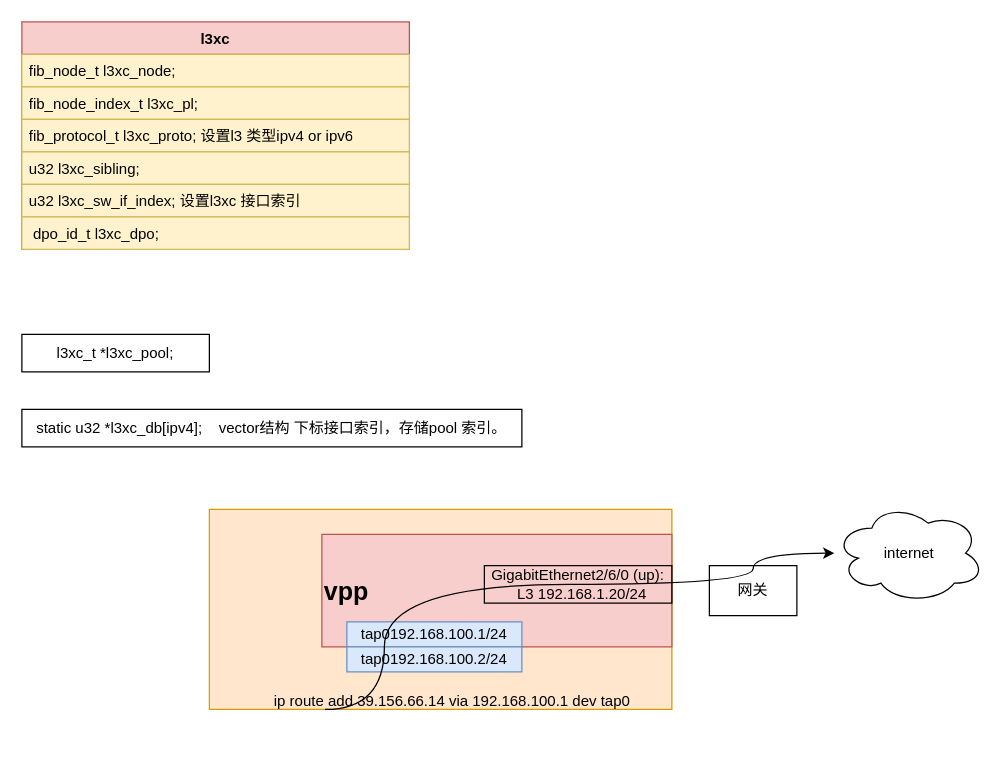
Earlier version of the draw.io diagram new_map/l3xc.drawio (jin13417/dpdk-vpp-learning). Source tidied: cells renumbered, new cells numbered last; positions are measured from the earlier drawing's top-left corner, leaving out a move shared by most shapes. Both pictures are drawn from the tidied source at 125%, with x=0, y=0 at pixel (21, 21).
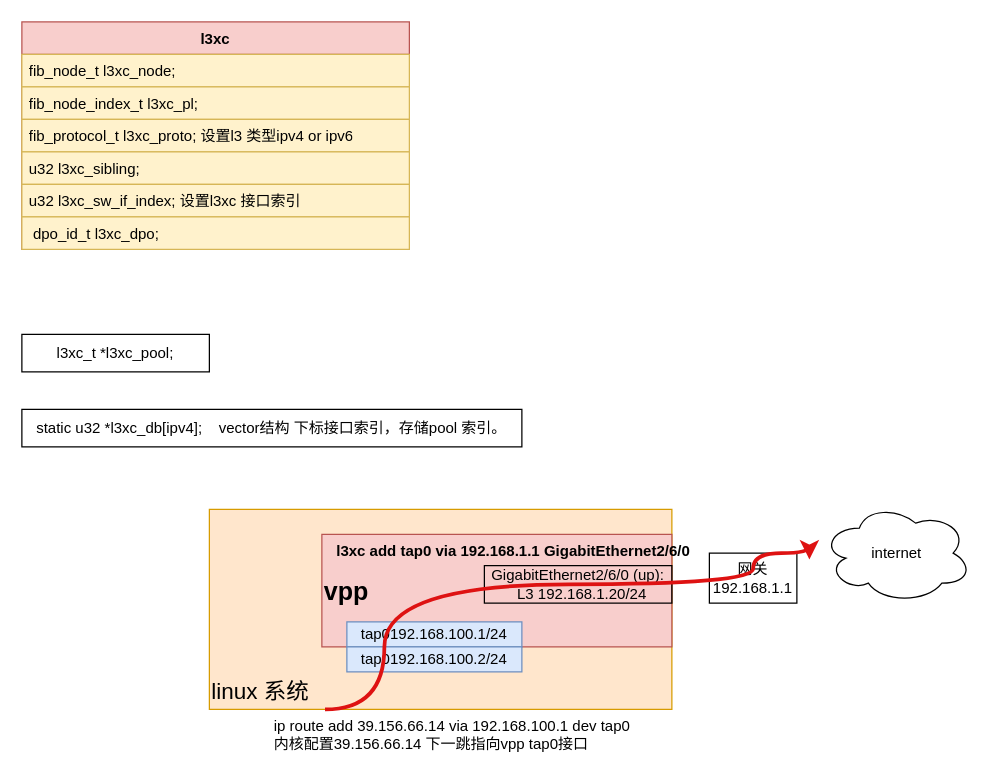
The same page after the edit.

Change to the diagram source:
```diff
@@
-    <mxCell id="2" style="rounded=0;whiteSpace=wrap;html=1;fillColor=#ffe6cc;strokeColor=#d79b00;" parent="1" vertex="1">
+    <mxCell id="2" value="linux 系统&lt;br&gt;" style="rounded=0;whiteSpace=wrap;html=1;fillColor=#ffe6cc;strokeColor=#d79b00;align=left;fontSize=18;verticalAlign=bottom;" parent="1" vertex="1">
       <mxGeometry x="150" y="390" width="370" height="160" as="geometry" />
     </mxCell>
@@
     <mxCell id="12" value="internet" style="ellipse;shape=cloud;whiteSpace=wrap;html=1;" parent="1" vertex="1">
-      <mxGeometry x="650" y="385" width="120" height="80" as="geometry" />
+      <mxGeometry x="640" y="385" width="120" height="80" as="geometry" />
     </mxCell>
@@
-    <mxCell id="17" value="网关" style="rounded=0;whiteSpace=wrap;html=1;" parent="1" vertex="1">
-      <mxGeometry x="550" y="435" width="70" height="40" as="geometry" />
+    <mxCell id="17" value="网关&lt;br&gt;192.168.1.1" style="rounded=0;whiteSpace=wrap;html=1;" parent="1" vertex="1">
+      <mxGeometry x="550" y="425" width="70" height="40" as="geometry" />
     </mxCell>
-    <mxCell id="18" style="edgeStyle=orthogonalEdgeStyle;curved=1;rounded=0;jettySize=auto;html=1;exitX=0.25;exitY=1;exitDx=0;exitDy=0;" parent="1" edge="1" source="2" target="12">
+    <mxCell id="18" style="edgeStyle=orthogonalEdgeStyle;curved=1;rounded=0;jettySize=auto;html=1;exitX=0.25;exitY=1;exitDx=0;exitDy=0;strokeWidth=3;strokeColor=#de1212;" parent="1" edge="1" source="2">
       <mxGeometry relative="1" as="geometry">
+        <mxPoint x="630" y="430" as="targetPoint" />
         <Array as="points">
           <mxPoint x="290" y="550" />
           <mxPoint x="290" y="450" />
           <mxPoint x="585" y="450" />
           <mxPoint x="585" y="425" />
         </Array>
       </mxGeometry>
     </mxCell>
-    <mxCell id="19" value="ip route add 39.156.66.14 via 192.168.100.1 dev tap0" style="text;whiteSpace=wrap;html=1;" parent="1" vertex="1">
-      <mxGeometry x="200" y="530" width="320" height="40" as="geometry" />
+    <mxCell id="19" value="ip route add 39.156.66.14 via 192.168.100.1 dev tap0&lt;br&gt;内核配置39.156.66.14 下一跳指向vpp tap0接口" style="text;whiteSpace=wrap;html=1;" parent="1" vertex="1">
+      <mxGeometry x="200" y="550" width="320" height="40" as="geometry" />
     </mxCell>
+    <mxCell id="20" value="&lt;b&gt;l3xc add tap0 via 192.168.1.1 GigabitEthernet2/6/0&lt;/b&gt;" style="text;whiteSpace=wrap;html=1;" parent="1" vertex="1">
+      <mxGeometry x="250" y="410" width="320" height="40" as="geometry" />
+    </mxCell>
```
